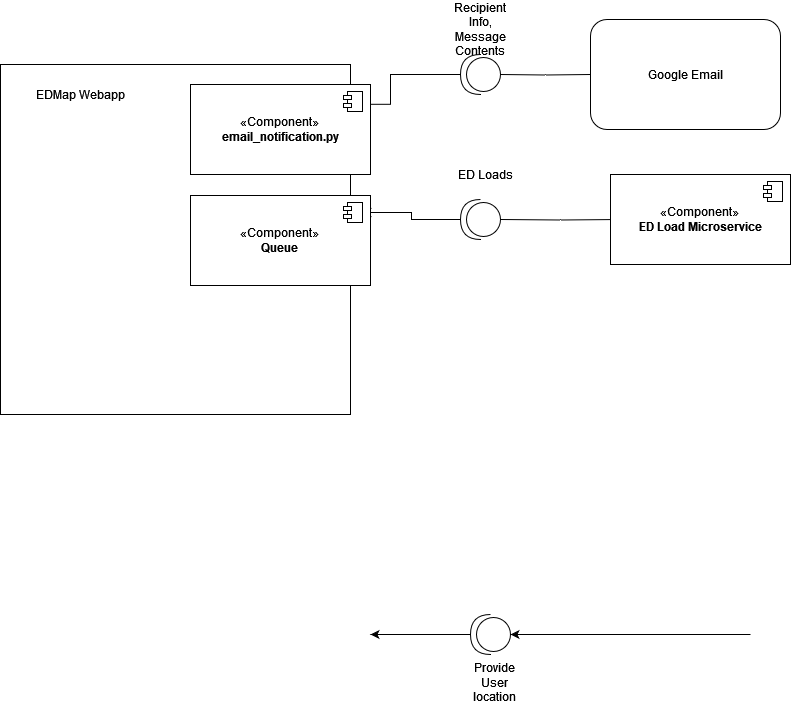
The draw.io diagram Assets/C&C_Diagram.png in uvic-teach/project-m1-team9, before a commit. Source tidied: cells renumbered, new cells last; positions are measured from the earlier drawing's top-left corner, leaving out a move shared by most shapes.
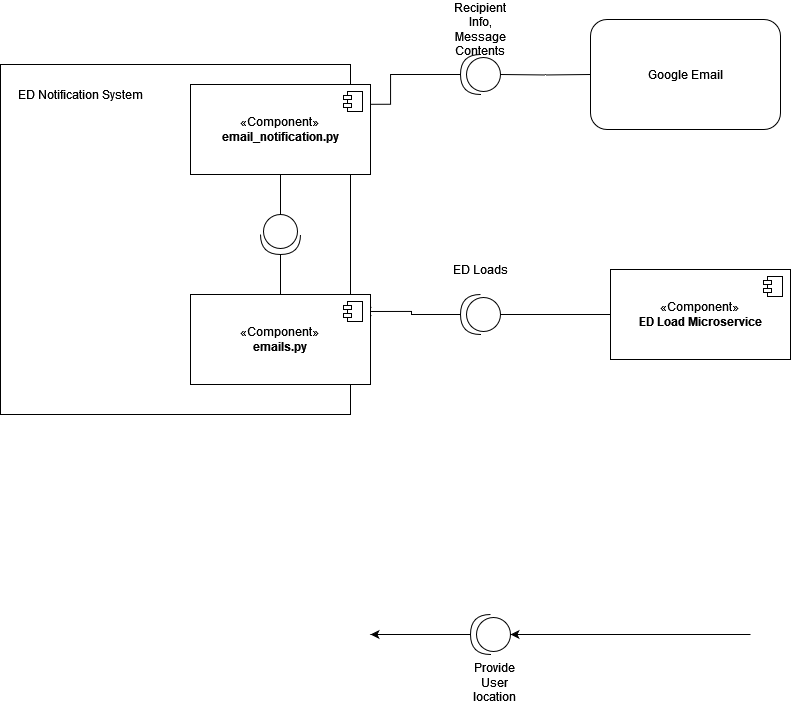
After the commit.

Change to the diagram source:
```diff
@@ -5,7 +5,7 @@
     <mxCell id="2" style="whiteSpace=wrap;html=1;" parent="1" vertex="1">
       <mxGeometry y="50" width="350" height="350" as="geometry" />
     </mxCell>
-    <mxCell id="3" value="EDMap Webapp" style="text;html=1;strokeColor=none;fillColor=none;align=center;verticalAlign=middle;whiteSpace=wrap;rounded=0;" parent="1" vertex="1">
+    <mxCell id="3" value="ED Notification System" style="text;html=1;strokeColor=none;fillColor=none;align=center;verticalAlign=middle;whiteSpace=wrap;rounded=0;" parent="1" vertex="1">
       <mxGeometry x="10" y="60" width="140" height="40" as="geometry" />
     </mxCell>
     <mxCell id="4" value="«Component»&lt;br&gt;&lt;b&gt;email_notification.py&lt;/b&gt;" style="html=1;whiteSpace=wrap;" parent="1" vertex="1">
@@ -36,15 +36,17 @@
       <mxGeometry relative="1" as="geometry" />
     </mxCell>
     <mxCell id="10" style="shape=providedRequiredInterface;html=1;verticalLabelPosition=bottom;sketch=0;rotation=-180;" parent="1" vertex="1">
-      <mxGeometry x="460" y="185" width="40" height="40" as="geometry" />
+      <mxGeometry x="460" y="280" width="40" height="40" as="geometry" />
     </mxCell>
-    <mxCell id="11" style="edgeStyle=orthogonalEdgeStyle;rounded=0;jettySize=auto;html=1;exitX=0;exitY=0.5;exitDx=0;exitDy=0;entryX=0;entryY=0.5;entryDx=0;entryDy=0;entryPerimeter=0;endArrow=none;endFill=0;" parent="1" edge="1" target="10">
+    <mxCell id="11" style="edgeStyle=orthogonalEdgeStyle;rounded=0;jettySize=auto;html=1;entryX=0;entryY=0.5;entryDx=0;entryDy=0;entryPerimeter=0;endArrow=none;endFill=0;exitX=0;exitY=0.5;exitDx=0;exitDy=0;" parent="1" edge="1" source="19" target="10">
       <mxGeometry relative="1" as="geometry">
-        <mxPoint x="620" y="205" as="sourcePoint" />
+        <Array as="points">
+          <mxPoint x="620" y="300" />
+        </Array>
       </mxGeometry>
     </mxCell>
-    <mxCell id="12" value="«Component»&lt;br&gt;&lt;b&gt;Queue&lt;/b&gt;" style="html=1;whiteSpace=wrap;" parent="1" vertex="1">
-      <mxGeometry x="190" y="181" width="180" height="90" as="geometry" />
+    <mxCell id="12" value="«Component»&lt;br&gt;&lt;b&gt;emails.py&lt;/b&gt;" style="html=1;whiteSpace=wrap;" parent="1" vertex="1">
+      <mxGeometry x="190" y="280" width="180" height="90" as="geometry" />
     </mxCell>
     <mxCell id="13" style="shape=module;jettyWidth=8;jettyHeight=4;" parent="12" vertex="1">
       <mxGeometry x="1" width="19" height="20" relative="1" as="geometry">
@@ -52,7 +54,7 @@
       </mxGeometry>
     </mxCell>
     <mxCell id="14" value="ED Loads" style="text;html=1;strokeColor=none;fillColor=none;align=center;verticalAlign=middle;whiteSpace=wrap;rounded=0;" parent="1" vertex="1">
-      <mxGeometry x="455" y="145" width="60" height="30" as="geometry" />
+      <mxGeometry x="450" y="240" width="60" height="30" as="geometry" />
     </mxCell>
     <mxCell id="15" style="edgeStyle=orthogonalEdgeStyle;rounded=0;jettySize=auto;html=1;exitX=1;exitY=0.5;exitDx=0;exitDy=0;exitPerimeter=0;" parent="1" edge="1" source="16">
       <mxGeometry relative="1" as="geometry">
@@ -74,7 +76,7 @@
       <mxGeometry x="464" y="653" width="60" height="30" as="geometry" />
     </mxCell>
     <mxCell id="19" value="«Component»&lt;br&gt;&lt;b&gt;ED Load Microservice&lt;/b&gt;" style="html=1;whiteSpace=wrap;" parent="1" vertex="1">
-      <mxGeometry x="610" y="160" width="180" height="90" as="geometry" />
+      <mxGeometry x="610" y="255" width="180" height="90" as="geometry" />
     </mxCell>
     <mxCell id="20" style="shape=module;jettyWidth=8;jettyHeight=4;" parent="19" vertex="1">
       <mxGeometry x="1" width="19" height="20" relative="1" as="geometry">
@@ -87,5 +89,14 @@
     <mxCell id="22" value="Recipient Info, Message Contents" style="text;html=1;strokeColor=none;fillColor=none;align=center;verticalAlign=middle;whiteSpace=wrap;rounded=0;" parent="1" vertex="1">
       <mxGeometry x="450" width="60" height="30" as="geometry" />
     </mxCell>
+    <mxCell id="23" style="shape=providedRequiredInterface;html=1;verticalLabelPosition=bottom;sketch=0;rotation=90;" parent="1" vertex="1">
+      <mxGeometry x="260" y="200" width="40" height="40" as="geometry" />
+    </mxCell>
+    <mxCell id="24" style="edgeStyle=orthogonalEdgeStyle;rounded=0;jettySize=auto;html=1;entryX=0;entryY=0.5;entryDx=0;entryDy=0;entryPerimeter=0;endArrow=none;endFill=0;" parent="1" edge="1" source="4" target="23">
+      <mxGeometry relative="1" as="geometry" />
+    </mxCell>
+    <mxCell id="25" style="edgeStyle=orthogonalEdgeStyle;rounded=0;jettySize=auto;html=1;entryX=1;entryY=0.5;entryDx=0;entryDy=0;entryPerimeter=0;endArrow=none;endFill=0;" parent="1" edge="1" source="12" target="23">
+      <mxGeometry relative="1" as="geometry" />
+    </mxCell>
   </root>
 </mxGraphModel>
```
